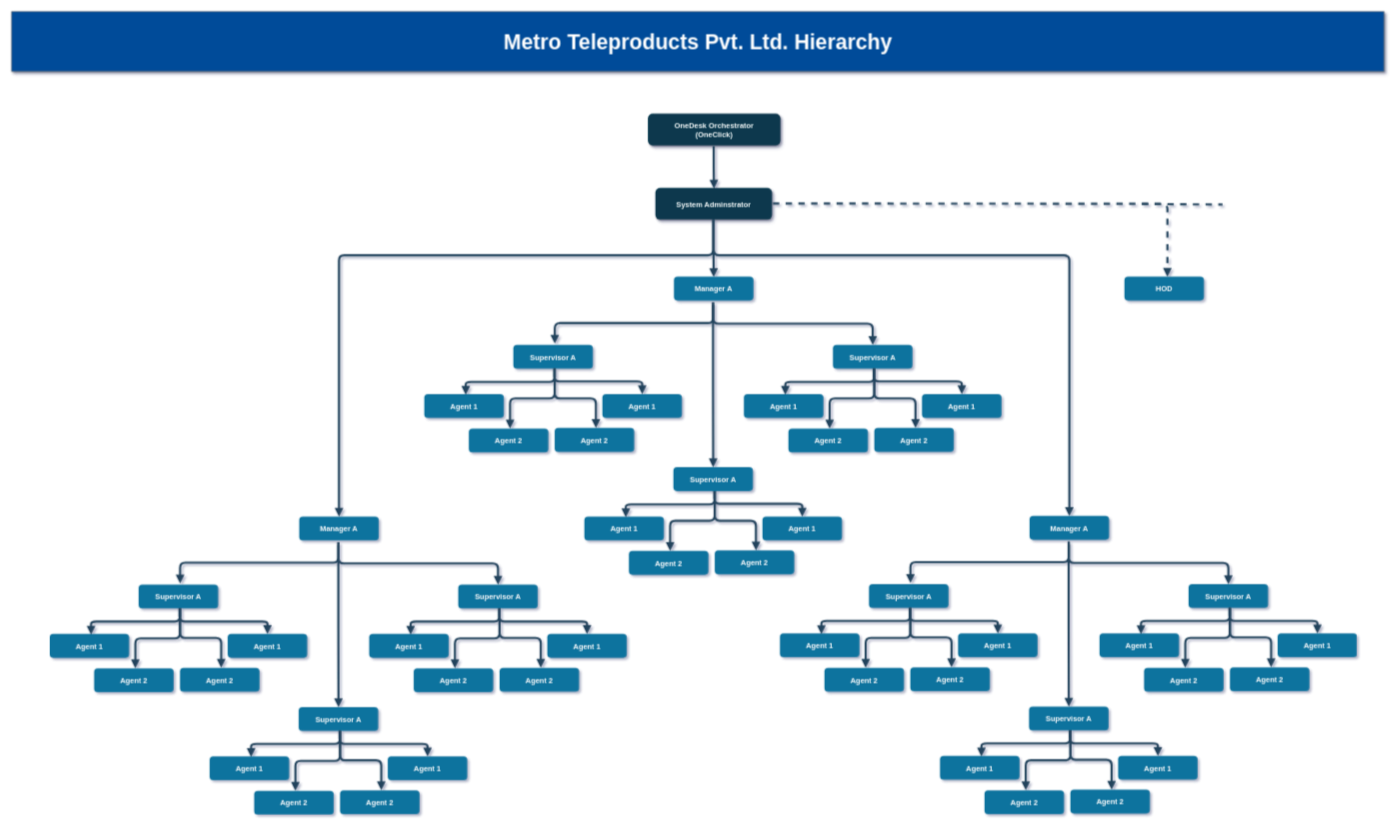
This is page "Metro Teleproducts Pvt. Ltd. Hierarchy" (2 of 7) of User her.drawio from Rakholia1842/ERDiagram, a draw.io file, before an edit. Source tidied: cells renumbered, new cells numbered last; positions are measured from the earlier drawing's top-left corner, leaving out a move shared by most shapes. Both pictures are drawn from the tidied source at 53%, with x=0, y=0 at pixel (11, 11).
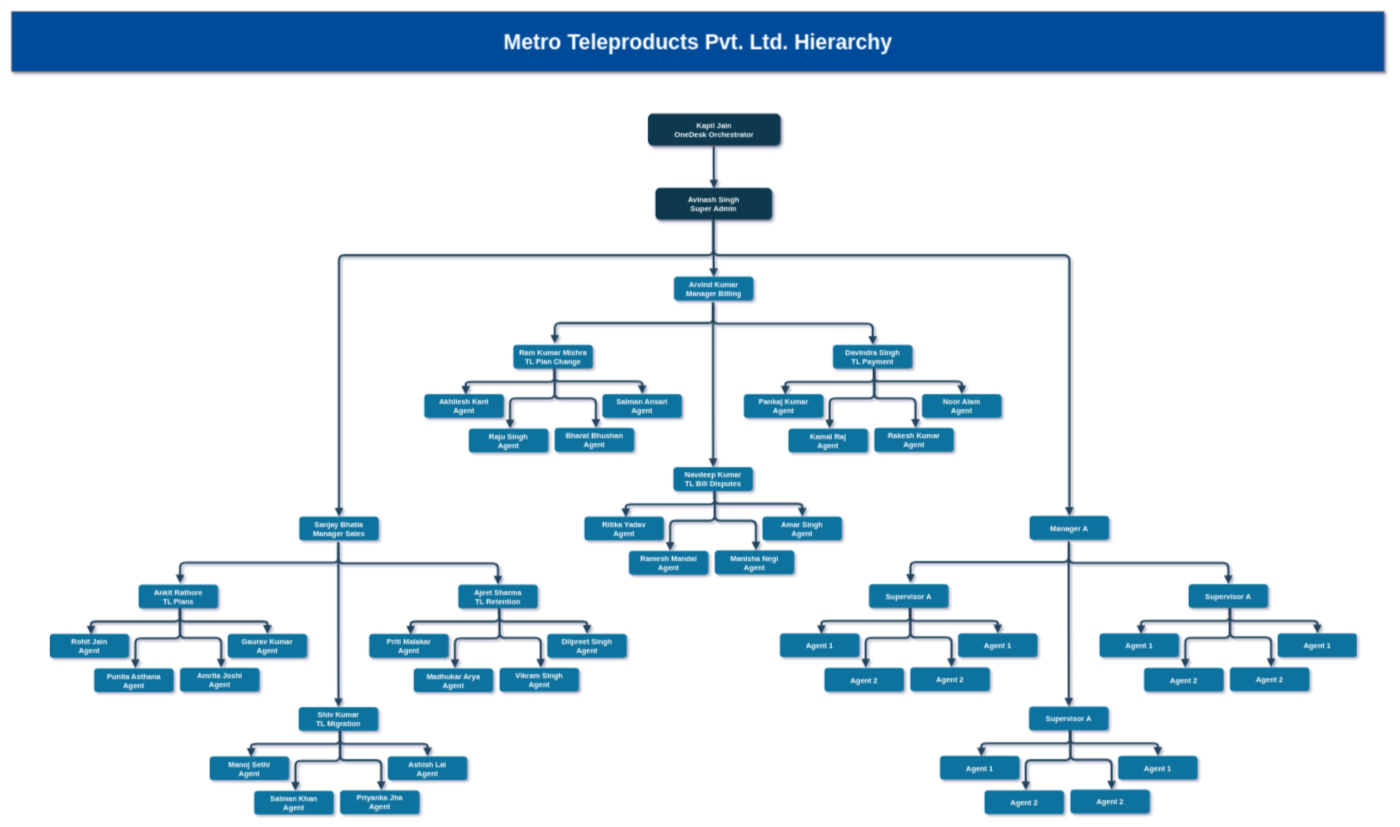
After the change.

The edit, as a diff of the source:
```diff
@@
-    <mxCell id="2" value="OneDesk Orchestrator&#10;(OneClick)" style="rounded=1;fillColor=#08384D;strokeColor=none;shadow=1;gradientColor=none;fontStyle=1;fontColor=#FFFFFF;fontSize=14;verticalAlign=middle;" parent="1" vertex="1">
+    <mxCell id="2" value="Kapil Jain&#10;OneDesk Orchestrator" style="rounded=1;fillColor=#08384D;strokeColor=none;shadow=1;gradientColor=none;fontStyle=1;fontColor=#FFFFFF;fontSize=14;verticalAlign=middle;" parent="1" vertex="1">
       <mxGeometry x="1201" y="193" width="250" height="60" as="geometry" />
     </mxCell>
@@
-    <mxCell id="4" value="System Adminstrator" style="rounded=1;fillColor=#08384D;strokeColor=none;shadow=1;gradientColor=none;fontStyle=1;fontColor=#FFFFFF;fontSize=14;verticalAlign=middle;" parent="1" vertex="1">
+    <mxCell id="4" value="Avinash Singh&#10;Super Admin" style="rounded=1;fillColor=#08384D;strokeColor=none;shadow=1;gradientColor=none;fontStyle=1;fontColor=#FFFFFF;fontSize=14;verticalAlign=middle;" parent="1" vertex="1">
       <mxGeometry x="1215" y="333" width="220" height="60" as="geometry" />
     </mxCell>
@@
-    <mxCell id="7" style="edgeStyle=elbowEdgeStyle;elbow=vertical;strokeWidth=4;endArrow=block;endFill=1;fontStyle=1;strokeColor=#23445D;verticalAlign=middle;entryX=0.54;entryY=0;entryDx=0;entryDy=0;entryPerimeter=0;dashed=1;exitX=1.008;exitY=0.489;exitDx=0;exitDy=0;exitPerimeter=0;" parent="1" edge="1" source="4" target="12">
-      <mxGeometry x="-229.1" y="124" as="geometry">
-        <Array as="points">
-          <mxPoint x="1610" y="363" />
-        </Array>
-      </mxGeometry>
-    </mxCell>
@@
-    <mxCell id="10" value="Agent 2" style="rounded=1;fillColor=#10739E;strokeColor=none;shadow=0;gradientColor=none;fontStyle=1;fontColor=#FFFFFF;fontSize=14;verticalAlign=middle;" parent="1" vertex="1">
+    <mxCell id="10" value="Punita Asthana&#10;Agent" style="rounded=1;fillColor=#10739E;strokeColor=none;shadow=0;gradientColor=none;fontStyle=1;fontColor=#FFFFFF;fontSize=14;verticalAlign=middle;" parent="1" vertex="1">
       <mxGeometry x="156" y="1239.5" width="150" height="45" as="geometry" />
     </mxCell>
-    <mxCell id="11" value="Supervisor A" style="rounded=1;fillColor=#10739E;strokeColor=none;shadow=0;gradientColor=none;fontStyle=1;fontColor=#FFFFFF;fontSize=14;verticalAlign=middle;" parent="1" vertex="1">
+    <mxCell id="11" value="Ankit Rathore&#10;TL Plans" style="rounded=1;fillColor=#10739E;strokeColor=none;shadow=0;gradientColor=none;fontStyle=1;fontColor=#FFFFFF;fontSize=14;verticalAlign=middle;" parent="1" vertex="1">
       <mxGeometry x="240" y="1081.5" width="150" height="45" as="geometry" />
     </mxCell>
-    <mxCell id="12" value="HOD" style="rounded=1;fillColor=#10739E;strokeColor=none;shadow=0;gradientColor=none;fontStyle=1;fontColor=#FFFFFF;fontSize=14;verticalAlign=middle;" parent="1" vertex="1">
-      <mxGeometry x="2100" y="500.5" width="150" height="45" as="geometry" />
-    </mxCell>
@@
-    <mxCell id="14" value="Manager A" style="rounded=1;fillColor=#10739E;strokeColor=none;shadow=0;gradientColor=none;fontStyle=1;fontColor=#FFFFFF;fontSize=14;verticalAlign=middle;" parent="1" vertex="1">
+    <mxCell id="14" value="Sanjay Bhatia&#10;Manager Sales" style="rounded=1;fillColor=#10739E;strokeColor=none;shadow=0;gradientColor=none;fontStyle=1;fontColor=#FFFFFF;fontSize=14;verticalAlign=middle;" parent="1" vertex="1">
       <mxGeometry x="543" y="953" width="150" height="45" as="geometry" />
     </mxCell>
@@
-    <mxCell id="16" value="Agent 1" style="rounded=1;fillColor=#10739E;strokeColor=none;shadow=0;gradientColor=none;fontStyle=1;fontColor=#FFFFFF;fontSize=14;verticalAlign=middle;" parent="1" vertex="1">
+    <mxCell id="16" value="Rohit Jain&#10;Agent " style="rounded=1;fillColor=#10739E;strokeColor=none;shadow=0;gradientColor=none;fontStyle=1;fontColor=#FFFFFF;fontSize=14;verticalAlign=middle;" parent="1" vertex="1">
       <mxGeometry x="72" y="1174.5" width="150" height="45" as="geometry" />
     </mxCell>
@@
-    <mxCell id="18" style="endArrow=none;dashed=1;html=1;strokeColor=#23445D;strokeWidth=4;" parent="1" edge="1">
-      <mxGeometry relative="1" as="geometry">
-        <mxPoint x="2133" y="363.4" as="sourcePoint" />
-        <mxPoint x="2285" y="364.4" as="targetPoint" />
-      </mxGeometry>
-    </mxCell>
@@
-    <mxCell id="20" value="Agent 1" style="rounded=1;fillColor=#10739E;strokeColor=none;shadow=0;gradientColor=none;fontStyle=1;fontColor=#FFFFFF;fontSize=14;verticalAlign=middle;" parent="1" vertex="1">
+    <mxCell id="20" value="Gaurav Kumar&#10;Agent" style="rounded=1;fillColor=#10739E;strokeColor=none;shadow=0;gradientColor=none;fontStyle=1;fontColor=#FFFFFF;fontSize=14;verticalAlign=middle;" parent="1" vertex="1">
       <mxGeometry x="408" y="1174.5" width="150" height="45" as="geometry" />
     </mxCell>
-    <mxCell id="21" value="Agent 2" style="rounded=1;fillColor=#10739E;strokeColor=none;shadow=0;gradientColor=none;fontStyle=1;fontColor=#FFFFFF;fontSize=14;verticalAlign=middle;" parent="1" vertex="1">
+    <mxCell id="21" value="Amrita Joshi&#10;Agent" style="rounded=1;fillColor=#10739E;strokeColor=none;shadow=0;gradientColor=none;fontStyle=1;fontColor=#FFFFFF;fontSize=14;verticalAlign=middle;" parent="1" vertex="1">
       <mxGeometry x="318" y="1238.5" width="150" height="45" as="geometry" />
     </mxCell>
@@
-    <mxCell id="23" value="Agent 2" style="rounded=1;fillColor=#10739E;strokeColor=none;shadow=0;gradientColor=none;fontStyle=1;fontColor=#FFFFFF;fontSize=14;verticalAlign=middle;" parent="1" vertex="1">
+    <mxCell id="23" value="Salman Khan&#10;Agent" style="rounded=1;fillColor=#10739E;strokeColor=none;shadow=0;gradientColor=none;fontStyle=1;fontColor=#FFFFFF;fontSize=14;verticalAlign=middle;" parent="1" vertex="1">
       <mxGeometry x="458" y="1470.5" width="150" height="45" as="geometry" />
     </mxCell>
-    <mxCell id="24" value="Supervisor A" style="rounded=1;fillColor=#10739E;strokeColor=none;shadow=0;gradientColor=none;fontStyle=1;fontColor=#FFFFFF;fontSize=14;verticalAlign=middle;" parent="1" vertex="1">
+    <mxCell id="24" value="Shiv Kumar &#10;TL Migration" style="rounded=1;fillColor=#10739E;strokeColor=none;shadow=0;gradientColor=none;fontStyle=1;fontColor=#FFFFFF;fontSize=14;verticalAlign=middle;" parent="1" vertex="1">
       <mxGeometry x="542" y="1312.5" width="150" height="45" as="geometry" />
     </mxCell>
@@
-    <mxCell id="26" value="Agent 1" style="rounded=1;fillColor=#10739E;strokeColor=none;shadow=0;gradientColor=none;fontStyle=1;fontColor=#FFFFFF;fontSize=14;verticalAlign=middle;" parent="1" vertex="1">
+    <mxCell id="26" value="Manoj Sethi&#10;Agent" style="rounded=1;fillColor=#10739E;strokeColor=none;shadow=0;gradientColor=none;fontStyle=1;fontColor=#FFFFFF;fontSize=14;verticalAlign=middle;" parent="1" vertex="1">
       <mxGeometry x="374" y="1405.5" width="150" height="45" as="geometry" />
     </mxCell>
@@
-    <mxCell id="29" value="Agent 1" style="rounded=1;fillColor=#10739E;strokeColor=none;shadow=0;gradientColor=none;fontStyle=1;fontColor=#FFFFFF;fontSize=14;verticalAlign=middle;" parent="1" vertex="1">
+    <mxCell id="29" value="Ashish Lal&#10;Agent" style="rounded=1;fillColor=#10739E;strokeColor=none;shadow=0;gradientColor=none;fontStyle=1;fontColor=#FFFFFF;fontSize=14;verticalAlign=middle;" parent="1" vertex="1">
       <mxGeometry x="710" y="1405.5" width="150" height="45" as="geometry" />
     </mxCell>
-    <mxCell id="30" value="Agent 2" style="rounded=1;fillColor=#10739E;strokeColor=none;shadow=0;gradientColor=none;fontStyle=1;fontColor=#FFFFFF;fontSize=14;verticalAlign=middle;" parent="1" vertex="1">
+    <mxCell id="30" value="Priyanka Jha&#10;Agent" style="rounded=1;fillColor=#10739E;strokeColor=none;shadow=0;gradientColor=none;fontStyle=1;fontColor=#FFFFFF;fontSize=14;verticalAlign=middle;" parent="1" vertex="1">
       <mxGeometry x="620" y="1469.5" width="150" height="45" as="geometry" />
     </mxCell>
@@
-    <mxCell id="32" value="Agent 2" style="rounded=1;fillColor=#10739E;strokeColor=none;shadow=0;gradientColor=none;fontStyle=1;fontColor=#FFFFFF;fontSize=14;verticalAlign=middle;" parent="1" vertex="1">
+    <mxCell id="32" value="Madhukar Arya&#10;Agent" style="rounded=1;fillColor=#10739E;strokeColor=none;shadow=0;gradientColor=none;fontStyle=1;fontColor=#FFFFFF;fontSize=14;verticalAlign=middle;" parent="1" vertex="1">
       <mxGeometry x="759" y="1239.5" width="150" height="45" as="geometry" />
     </mxCell>
-    <mxCell id="33" value="Supervisor A" style="rounded=1;fillColor=#10739E;strokeColor=none;shadow=0;gradientColor=none;fontStyle=1;fontColor=#FFFFFF;fontSize=14;verticalAlign=middle;" parent="1" vertex="1">
+    <mxCell id="33" value="Ajeet Sharma&#10;TL Retention" style="rounded=1;fillColor=#10739E;strokeColor=none;shadow=0;gradientColor=none;fontStyle=1;fontColor=#FFFFFF;fontSize=14;verticalAlign=middle;" parent="1" vertex="1">
       <mxGeometry x="843" y="1081.5" width="150" height="45" as="geometry" />
     </mxCell>
@@
-    <mxCell id="35" value="Agent 1" style="rounded=1;fillColor=#10739E;strokeColor=none;shadow=0;gradientColor=none;fontStyle=1;fontColor=#FFFFFF;fontSize=14;verticalAlign=middle;" parent="1" vertex="1">
+    <mxCell id="35" value="Priti Malakar&#10;Agent" style="rounded=1;fillColor=#10739E;strokeColor=none;shadow=0;gradientColor=none;fontStyle=1;fontColor=#FFFFFF;fontSize=14;verticalAlign=middle;" parent="1" vertex="1">
       <mxGeometry x="675" y="1174.5" width="150" height="45" as="geometry" />
     </mxCell>
@@
-    <mxCell id="38" value="Agent 1" style="rounded=1;fillColor=#10739E;strokeColor=none;shadow=0;gradientColor=none;fontStyle=1;fontColor=#FFFFFF;fontSize=14;verticalAlign=middle;" parent="1" vertex="1">
+    <mxCell id="38" value="Dilpreet Singh&#10;Agent" style="rounded=1;fillColor=#10739E;strokeColor=none;shadow=0;gradientColor=none;fontStyle=1;fontColor=#FFFFFF;fontSize=14;verticalAlign=middle;" parent="1" vertex="1">
       <mxGeometry x="1011" y="1174.5" width="150" height="45" as="geometry" />
     </mxCell>
-    <mxCell id="39" value="Agent 2" style="rounded=1;fillColor=#10739E;strokeColor=none;shadow=0;gradientColor=none;fontStyle=1;fontColor=#FFFFFF;fontSize=14;verticalAlign=middle;" parent="1" vertex="1">
+    <mxCell id="39" value="Vikram Singh&#10;Agent" style="rounded=1;fillColor=#10739E;strokeColor=none;shadow=0;gradientColor=none;fontStyle=1;fontColor=#FFFFFF;fontSize=14;verticalAlign=middle;" parent="1" vertex="1">
       <mxGeometry x="921" y="1238.5" width="150" height="45" as="geometry" />
     </mxCell>
@@
-    <mxCell id="44" value="Agent 2" style="rounded=1;fillColor=#10739E;strokeColor=none;shadow=0;gradientColor=none;fontStyle=1;fontColor=#FFFFFF;fontSize=14;verticalAlign=middle;" parent="1" vertex="1">
+    <mxCell id="44" value="Raju Singh&#10;Agent" style="rounded=1;fillColor=#10739E;strokeColor=none;shadow=0;gradientColor=none;fontStyle=1;fontColor=#FFFFFF;fontSize=14;verticalAlign=middle;" parent="1" vertex="1">
       <mxGeometry x="863" y="787" width="150" height="45" as="geometry" />
     </mxCell>
-    <mxCell id="45" value="Supervisor A" style="rounded=1;fillColor=#10739E;strokeColor=none;shadow=0;gradientColor=none;fontStyle=1;fontColor=#FFFFFF;fontSize=14;verticalAlign=middle;" parent="1" vertex="1">
+    <mxCell id="45" value="Ram Kumar Mishra&#10;TL Plan Change" style="rounded=1;fillColor=#10739E;strokeColor=none;shadow=0;gradientColor=none;fontStyle=1;fontColor=#FFFFFF;fontSize=14;verticalAlign=middle;" parent="1" vertex="1">
       <mxGeometry x="947" y="629" width="150" height="45" as="geometry" />
     </mxCell>
-    <mxCell id="46" value="Manager A" style="rounded=1;fillColor=#10739E;strokeColor=none;shadow=0;gradientColor=none;fontStyle=1;fontColor=#FFFFFF;fontSize=14;verticalAlign=middle;" parent="1" vertex="1">
+    <mxCell id="46" value="Arvind Kumar&#10;Manager Billing" style="rounded=1;fillColor=#10739E;strokeColor=none;shadow=0;gradientColor=none;fontStyle=1;fontColor=#FFFFFF;fontSize=14;verticalAlign=middle;" parent="1" vertex="1">
       <mxGeometry x="1250" y="500.5" width="150" height="45" as="geometry" />
     </mxCell>
@@
-    <mxCell id="48" value="Agent 1" style="rounded=1;fillColor=#10739E;strokeColor=none;shadow=0;gradientColor=none;fontStyle=1;fontColor=#FFFFFF;fontSize=14;verticalAlign=middle;" parent="1" vertex="1">
+    <mxCell id="48" value="Akhilesh Kant&#10;Agent" style="rounded=1;fillColor=#10739E;strokeColor=none;shadow=0;gradientColor=none;fontStyle=1;fontColor=#FFFFFF;fontSize=14;verticalAlign=middle;" parent="1" vertex="1">
       <mxGeometry x="779" y="722" width="150" height="45" as="geometry" />
     </mxCell>
@@
-    <mxCell id="51" value="Agent 1" style="rounded=1;fillColor=#10739E;strokeColor=none;shadow=0;gradientColor=none;fontStyle=1;fontColor=#FFFFFF;fontSize=14;verticalAlign=middle;" parent="1" vertex="1">
+    <mxCell id="51" value="Salman Ansari&#10;Agent" style="rounded=1;fillColor=#10739E;strokeColor=none;shadow=0;gradientColor=none;fontStyle=1;fontColor=#FFFFFF;fontSize=14;verticalAlign=middle;" parent="1" vertex="1">
       <mxGeometry x="1115" y="722" width="150" height="45" as="geometry" />
     </mxCell>
-    <mxCell id="52" value="Agent 2" style="rounded=1;fillColor=#10739E;strokeColor=none;shadow=0;gradientColor=none;fontStyle=1;fontColor=#FFFFFF;fontSize=14;verticalAlign=middle;" parent="1" vertex="1">
+    <mxCell id="52" value="Bharat Bhushan&#10;Agent" style="rounded=1;fillColor=#10739E;strokeColor=none;shadow=0;gradientColor=none;fontStyle=1;fontColor=#FFFFFF;fontSize=14;verticalAlign=middle;" parent="1" vertex="1">
       <mxGeometry x="1025" y="786" width="150" height="45" as="geometry" />
     </mxCell>
@@
-    <mxCell id="54" value="Agent 2" style="rounded=1;fillColor=#10739E;strokeColor=none;shadow=0;gradientColor=none;fontStyle=1;fontColor=#FFFFFF;fontSize=14;verticalAlign=middle;" parent="1" vertex="1">
+    <mxCell id="54" value="Ramesh Mandal&#10;Agent" style="rounded=1;fillColor=#10739E;strokeColor=none;shadow=0;gradientColor=none;fontStyle=1;fontColor=#FFFFFF;fontSize=14;verticalAlign=middle;" parent="1" vertex="1">
       <mxGeometry x="1165" y="1018" width="150" height="45" as="geometry" />
     </mxCell>
-    <mxCell id="55" value="Supervisor A" style="rounded=1;fillColor=#10739E;strokeColor=none;shadow=0;gradientColor=none;fontStyle=1;fontColor=#FFFFFF;fontSize=14;verticalAlign=middle;" parent="1" vertex="1">
+    <mxCell id="55" value="Navdeep Kumar &#10;TL Bill Disputes" style="rounded=1;fillColor=#10739E;strokeColor=none;shadow=0;gradientColor=none;fontStyle=1;fontColor=#FFFFFF;fontSize=14;verticalAlign=middle;" parent="1" vertex="1">
       <mxGeometry x="1249" y="860" width="150" height="45" as="geometry" />
     </mxCell>
@@
-    <mxCell id="57" value="Agent 1" style="rounded=1;fillColor=#10739E;strokeColor=none;shadow=0;gradientColor=none;fontStyle=1;fontColor=#FFFFFF;fontSize=14;verticalAlign=middle;" parent="1" vertex="1">
+    <mxCell id="57" value="Ritika Yadav&#10;Agent" style="rounded=1;fillColor=#10739E;strokeColor=none;shadow=0;gradientColor=none;fontStyle=1;fontColor=#FFFFFF;fontSize=14;verticalAlign=middle;" parent="1" vertex="1">
       <mxGeometry x="1081" y="953" width="150" height="45" as="geometry" />
     </mxCell>
@@
-    <mxCell id="60" value="Agent 1" style="rounded=1;fillColor=#10739E;strokeColor=none;shadow=0;gradientColor=none;fontStyle=1;fontColor=#FFFFFF;fontSize=14;verticalAlign=middle;" parent="1" vertex="1">
+    <mxCell id="60" value="Amar Singh&#10;Agent" style="rounded=1;fillColor=#10739E;strokeColor=none;shadow=0;gradientColor=none;fontStyle=1;fontColor=#FFFFFF;fontSize=14;verticalAlign=middle;" parent="1" vertex="1">
       <mxGeometry x="1417" y="953" width="150" height="45" as="geometry" />
     </mxCell>
-    <mxCell id="61" value="Agent 2" style="rounded=1;fillColor=#10739E;strokeColor=none;shadow=0;gradientColor=none;fontStyle=1;fontColor=#FFFFFF;fontSize=14;verticalAlign=middle;" parent="1" vertex="1">
+    <mxCell id="61" value="Manisha Negi&#10;Agent" style="rounded=1;fillColor=#10739E;strokeColor=none;shadow=0;gradientColor=none;fontStyle=1;fontColor=#FFFFFF;fontSize=14;verticalAlign=middle;" parent="1" vertex="1">
       <mxGeometry x="1327" y="1017" width="150" height="45" as="geometry" />
     </mxCell>
@@
-    <mxCell id="63" value="Agent 2" style="rounded=1;fillColor=#10739E;strokeColor=none;shadow=0;gradientColor=none;fontStyle=1;fontColor=#FFFFFF;fontSize=14;verticalAlign=middle;" parent="1" vertex="1">
+    <mxCell id="63" value="Kamal Raj&#10;Agent" style="rounded=1;fillColor=#10739E;strokeColor=none;shadow=0;gradientColor=none;fontStyle=1;fontColor=#FFFFFF;fontSize=14;verticalAlign=middle;" parent="1" vertex="1">
       <mxGeometry x="1466" y="787" width="150" height="45" as="geometry" />
     </mxCell>
-    <mxCell id="64" value="Supervisor A" style="rounded=1;fillColor=#10739E;strokeColor=none;shadow=0;gradientColor=none;fontStyle=1;fontColor=#FFFFFF;fontSize=14;verticalAlign=middle;" parent="1" vertex="1">
+    <mxCell id="64" value="Davindra Singh&#10;TL Payment" style="rounded=1;fillColor=#10739E;strokeColor=none;shadow=0;gradientColor=none;fontStyle=1;fontColor=#FFFFFF;fontSize=14;verticalAlign=middle;" parent="1" vertex="1">
       <mxGeometry x="1550" y="629" width="150" height="45" as="geometry" />
     </mxCell>
@@
-    <mxCell id="66" value="Agent 1" style="rounded=1;fillColor=#10739E;strokeColor=none;shadow=0;gradientColor=none;fontStyle=1;fontColor=#FFFFFF;fontSize=14;verticalAlign=middle;" parent="1" vertex="1">
+    <mxCell id="66" value="Pankaj Kumar&#10;Agent" style="rounded=1;fillColor=#10739E;strokeColor=none;shadow=0;gradientColor=none;fontStyle=1;fontColor=#FFFFFF;fontSize=14;verticalAlign=middle;" parent="1" vertex="1">
       <mxGeometry x="1382" y="722" width="150" height="45" as="geometry" />
     </mxCell>
@@
-    <mxCell id="69" value="Agent 1" style="rounded=1;fillColor=#10739E;strokeColor=none;shadow=0;gradientColor=none;fontStyle=1;fontColor=#FFFFFF;fontSize=14;verticalAlign=middle;" parent="1" vertex="1">
+    <mxCell id="69" value="Noor Alam&#10;Agent" style="rounded=1;fillColor=#10739E;strokeColor=none;shadow=0;gradientColor=none;fontStyle=1;fontColor=#FFFFFF;fontSize=14;verticalAlign=middle;" parent="1" vertex="1">
       <mxGeometry x="1718" y="722" width="150" height="45" as="geometry" />
     </mxCell>
-    <mxCell id="70" value="Agent 2" style="rounded=1;fillColor=#10739E;strokeColor=none;shadow=0;gradientColor=none;fontStyle=1;fontColor=#FFFFFF;fontSize=14;verticalAlign=middle;" parent="1" vertex="1">
+    <mxCell id="70" value="Rakesh Kumar&#10;Agent" style="rounded=1;fillColor=#10739E;strokeColor=none;shadow=0;gradientColor=none;fontStyle=1;fontColor=#FFFFFF;fontSize=14;verticalAlign=middle;" parent="1" vertex="1">
       <mxGeometry x="1628" y="786" width="150" height="45" as="geometry" />
     </mxCell>
```
